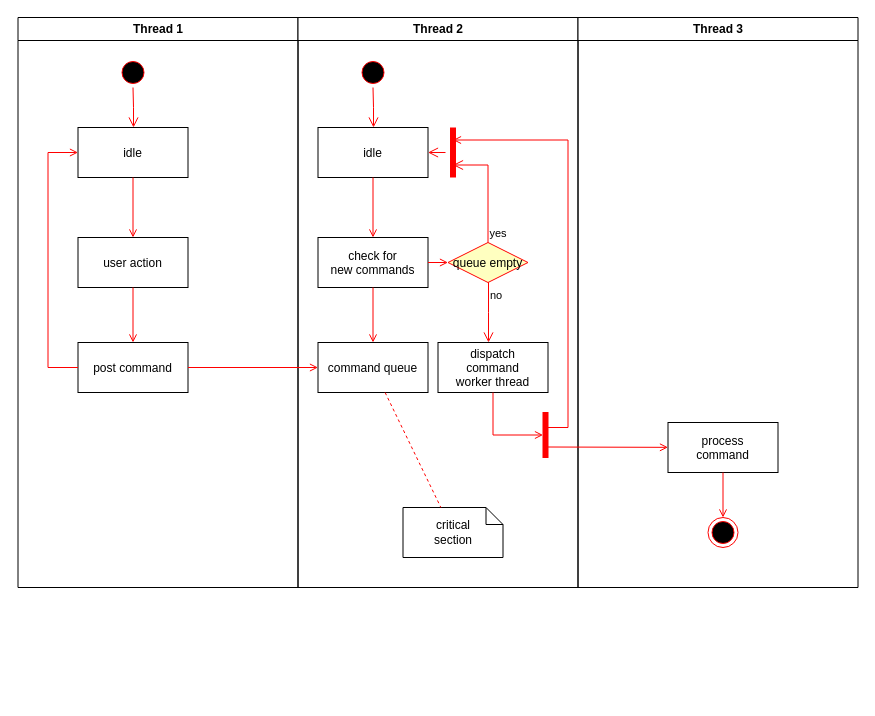
Before: 未命名绘图.drawio in Grayguoliang/learngit, a draw.io diagram. Source tidied: cells renumbered, new cells numbered last; positions are measured from the earlier drawing's top-left corner, leaving out a move shared by most shapes. Both pictures are drawn from the tidied source at 100%, with x=0, y=0 at pixel (17, 17).
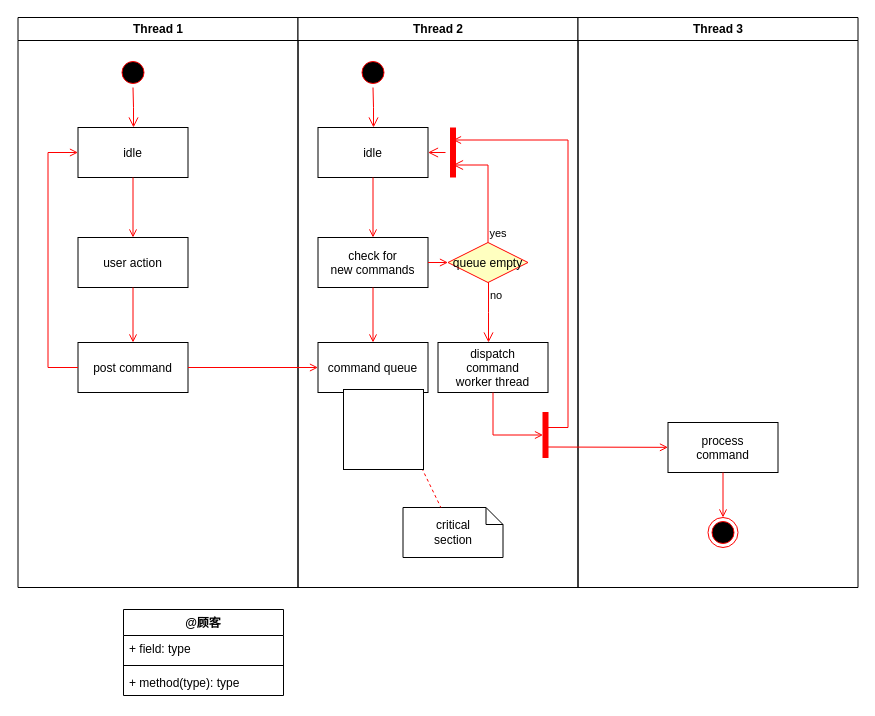
Above is the later version.

Commit message:
网上商店管理系统.drawio

What changed in the source:
```diff
@@
+    <mxCell id="37" style="whiteSpace=wrap;html=1;" parent="1" vertex="1">
+      <mxGeometry x="326" y="372" width="80" height="80" as="geometry" />
+    </mxCell>
+    <mxCell id="38" value="@顾客" style="swimlane;fontStyle=1;align=center;verticalAlign=top;horizontal=1;startSize=26;whiteSpace=wrap;html=1;" parent="1" vertex="1">
+      <mxGeometry x="106" y="592" width="160" height="86" as="geometry" />
+    </mxCell>
+    <mxCell id="39" value="+ field: type" style="text;strokeColor=none;fillColor=none;align=left;verticalAlign=top;spacingLeft=4;spacingRight=4;overflow=hidden;whiteSpace=wrap;html=1;" parent="38" vertex="1">
+      <mxGeometry y="26" width="160" height="26" as="geometry" />
+    </mxCell>
+    <mxCell id="40" style="line;strokeWidth=1;fillColor=none;align=left;verticalAlign=middle;spacingTop=-1;spacingLeft=3;spacingRight=3;labelPosition=right;strokeColor=inherit;" parent="38" vertex="1">
+      <mxGeometry y="52" width="160" height="8" as="geometry" />
+    </mxCell>
+    <mxCell id="41" value="+ method(type): type" style="text;strokeColor=none;fillColor=none;align=left;verticalAlign=top;spacingLeft=4;spacingRight=4;overflow=hidden;whiteSpace=wrap;html=1;" parent="38" vertex="1">
+      <mxGeometry y="60" width="160" height="26" as="geometry" />
+    </mxCell>
```
